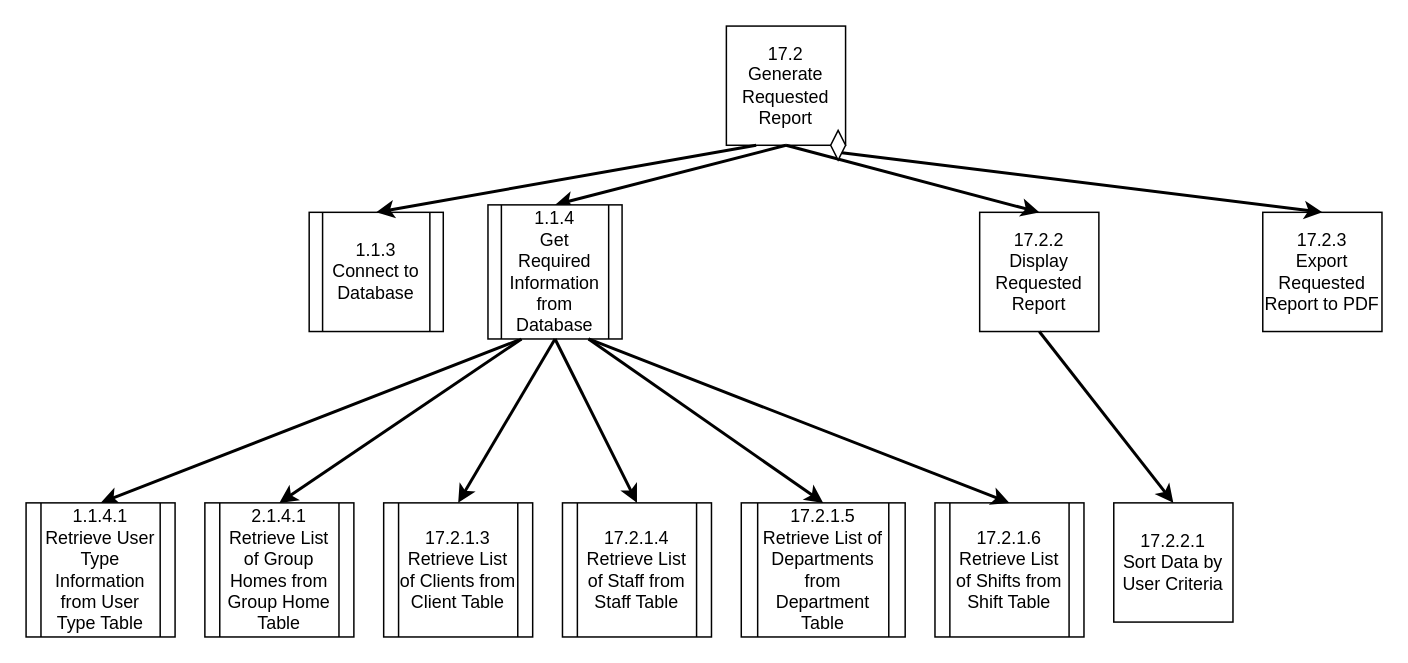
The draw.io diagram page "17.2: Generate Requested Report" (2 of 2) of Diagrams/StructureCharts/Proc17ViewReports.drawio in Harlento/SchedulingSystem, before the edit. Source tidied: cells renumbered, new cells numbered last; positions are measured from the earlier drawing's top-left corner, leaving out a move shared by most shapes. Both pictures are drawn from the tidied source at 149%, with x=0, y=0 at pixel (25, 25).
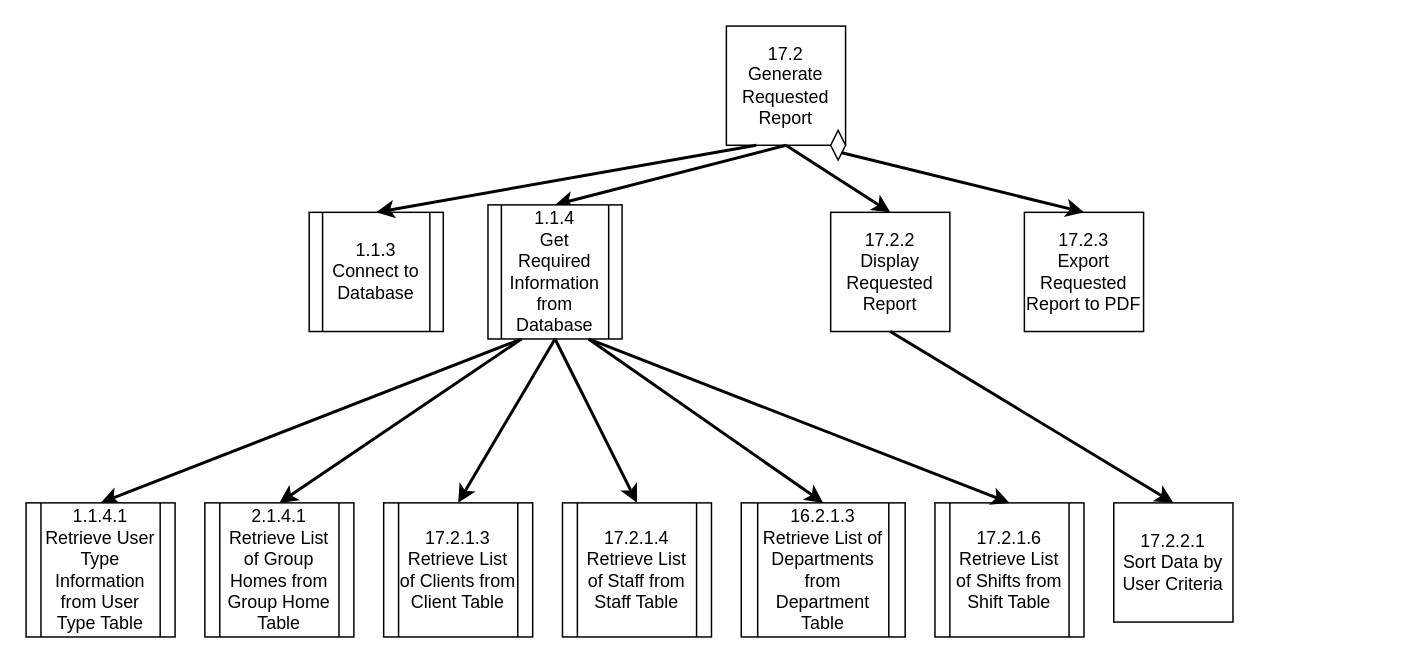
After the change.

What changed in the source:
```diff
@@
     <mxCell id="3" value="17.2.2&lt;br&gt;Display Requested Report" style="whiteSpace=wrap;html=1;" parent="1" vertex="1">
-      <mxGeometry x="640" y="125" width="80" height="80" as="geometry" />
+      <mxGeometry x="540" y="125" width="80" height="80" as="geometry" />
     </mxCell>
@@
-    <mxCell id="11" value="17.2.1.5&lt;br&gt;Retrieve List of Departments from Department Table" style="shape=process;whiteSpace=wrap;html=1;backgroundOutline=1;" parent="1" vertex="1">
+    <mxCell id="11" value="16.2.1.3&lt;br&gt;Retrieve List of Departments from Department Table" style="shape=process;whiteSpace=wrap;html=1;backgroundOutline=1;" parent="1" vertex="1">
       <mxGeometry x="480" y="320" width="110" height="90" as="geometry" />
     </mxCell>
@@
     <mxCell id="23" value="17.2.3&lt;br&gt;Export Requested Report to PDF" style="whiteSpace=wrap;html=1;" parent="1" vertex="1">
-      <mxGeometry x="830" y="125" width="80" height="80" as="geometry" />
+      <mxGeometry x="670" y="125" width="80" height="80" as="geometry" />
     </mxCell>
```
